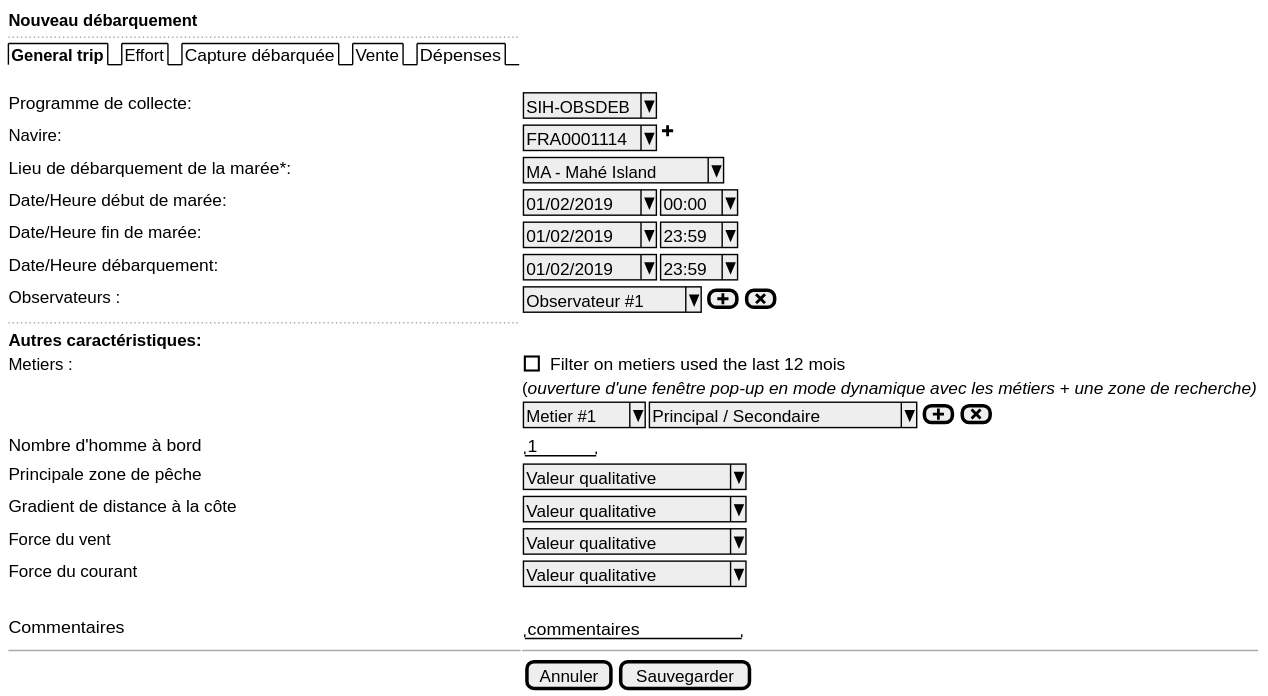
The PlantUML diagram use-case/collect/trip/landing-ui-var3a.svg in sumaris-net/sumaris-doc, before a commit. Its source is kept beside it as use-case/collect/trip/landing-ui-var3a.puml.
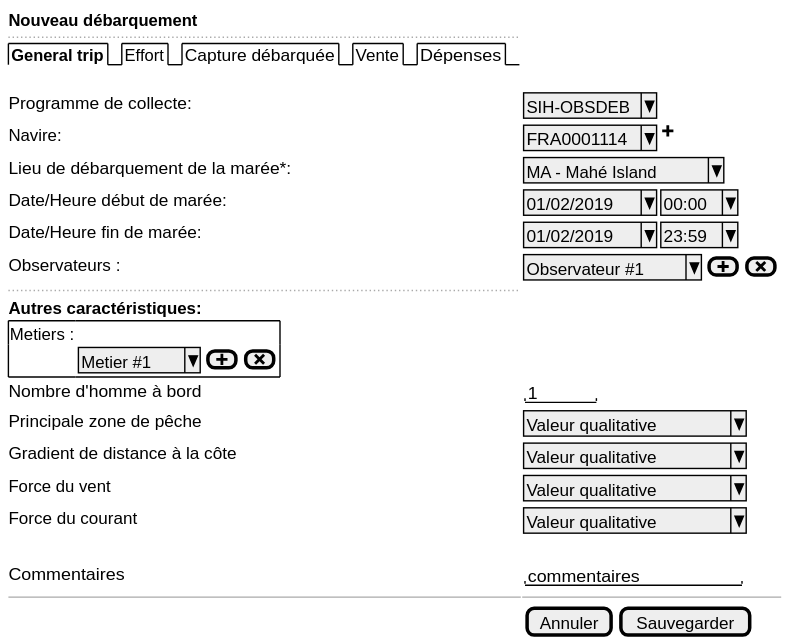
Later version of the same file.

Change to the diagram source:
```diff
@@ -9,13 +9,13 @@
   Lieu de débarquement de la marée*:     | { ^MA - Mahé Island^ }
   Date/Heure début de marée:  | { ^01/02/2019^ | ^00:00^ }
   Date/Heure fin de marée:  | { ^01/02/2019^ | ^23:59^ }
-  Date/Heure débarquement:  | { ^01/02/2019^ | ^23:59^ }
   Observateurs :            | { ^Observateur #1^ | [<&plus>] | [<&x>]}
   ..
   <b>Autres caractéristiques:
-  Metiers :                       | [] Filter on metiers used the last 12 mois
-  .                   | (<i>ouverture d'une fenêtre pop-up en mode dynamique avec les métiers + une zone de recherche)
-  .                               | { ^Metier #1^ | ^Principal / Secondaire^ | [<&plus>] | [<&x>]}
+  {+
+  Metiers : |.
+  .                               | { ^Metier #1^ | [<&plus>] | [<&x>]}
+  }
   Nombre d'homme à bord           | { "   1  " }
   Principale zone de pêche        | { ^Valeur qualitative^ }
   Gradient de distance à la côte  | { ^Valeur qualitative^ }
```
